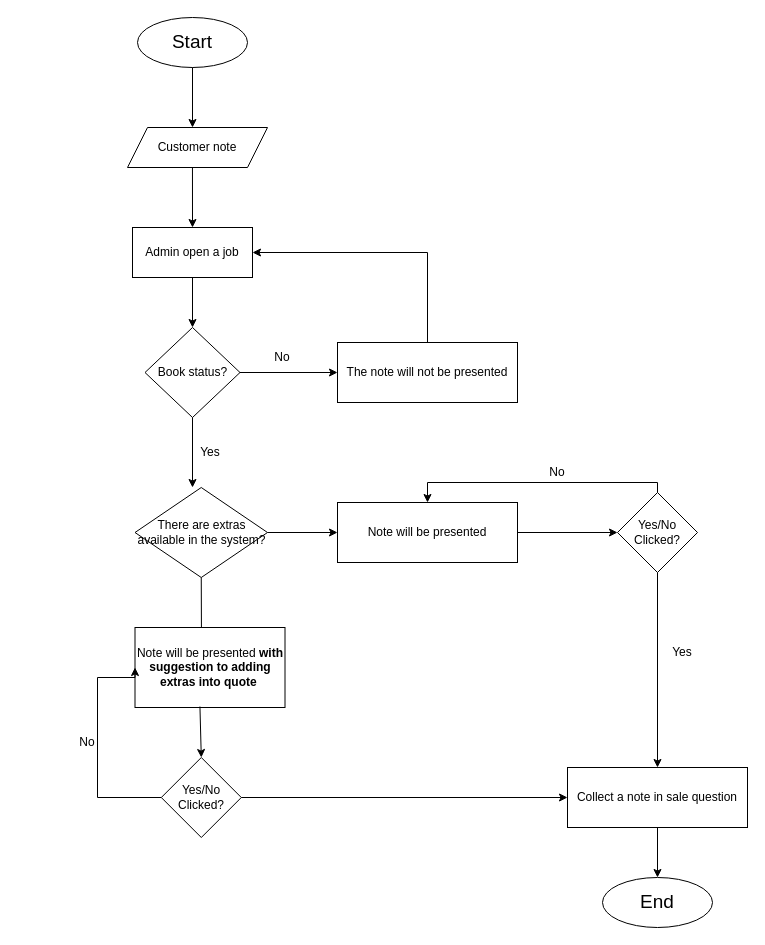
Earlier version of the draw.io diagram AI Note.drawio (60160331/Wanna_tell_). Source tidied: cells renumbered, new cells numbered last; positions are measured from the earlier drawing's top-left corner, leaving out a move shared by most shapes. Both pictures are drawn from the tidied source at 100%, with x=0, y=0 at pixel (57, 17).
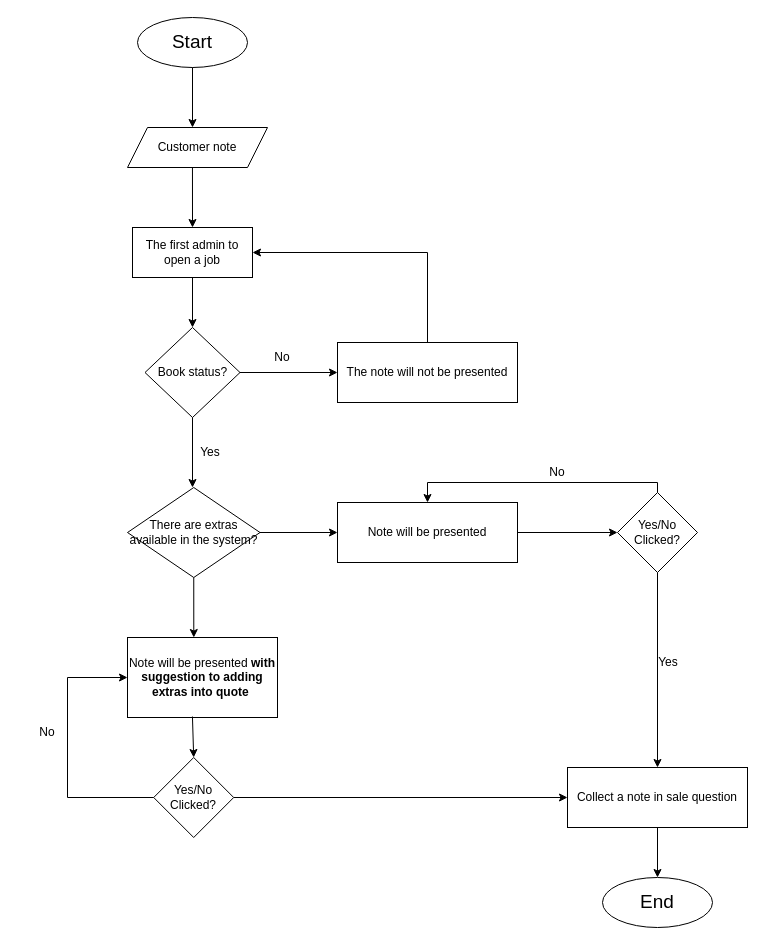
Above is the later version.

Change to the diagram source:
```diff
@@
-    <mxCell id="5" value="Admin open a job" style="rounded=0;whiteSpace=wrap;html=1;" parent="1" vertex="1">
+    <mxCell id="5" value="The first admin to open a job" style="rounded=0;whiteSpace=wrap;html=1;" parent="1" vertex="1">
       <mxGeometry x="75" y="210" width="120" height="50" as="geometry" />
     </mxCell>
@@
     <mxCell id="14" value="There are extras available in the system?" style="rhombus;whiteSpace=wrap;html=1;" parent="1" vertex="1">
-      <mxGeometry x="77.5" y="470" width="132.5" height="90" as="geometry" />
+      <mxGeometry x="70" y="470" width="132.5" height="90" as="geometry" />
     </mxCell>
@@
-    <mxCell id="18" style="endArrow=classic;html=1;rounded=0;exitX=0.5;exitY=1;exitDx=0;exitDy=0;" parent="1" edge="1" source="14">
-      <mxGeometry relative="1" as="geometry">
-        <mxPoint x="144" y="630" as="targetPoint" />
-      </mxGeometry>
+    <mxCell id="18" style="endArrow=classic;html=1;rounded=0;exitX=0.5;exitY=1;exitDx=0;exitDy=0;entryX=0.442;entryY=0;entryDx=0;entryDy=0;entryPerimeter=0;" parent="1" edge="1" source="14" target="19">
+      <mxGeometry relative="1" as="geometry" />
     </mxCell>
     <mxCell id="19" value="Note will be presented &lt;b&gt;with suggestion to adding extras into quote&amp;nbsp;&lt;/b&gt;" style="rounded=0;whiteSpace=wrap;html=1;" parent="1" vertex="1">
-      <mxGeometry x="77.5" y="610" width="150" height="80" as="geometry" />
+      <mxGeometry x="70" y="620" width="150" height="80" as="geometry" />
     </mxCell>
@@
     <mxCell id="25" value="Yes" style="text;html=1;strokeColor=none;fillColor=none;align=center;verticalAlign=middle;whiteSpace=wrap;rounded=0;" parent="1" vertex="1">
-      <mxGeometry x="595" y="620" width="60" height="30" as="geometry" />
+      <mxGeometry x="581" y="630" width="60" height="30" as="geometry" />
     </mxCell>
@@
     <mxCell id="29" value="Yes/No Clicked?" style="rhombus;whiteSpace=wrap;html=1;" parent="1" vertex="1">
-      <mxGeometry x="103.8" y="740" width="80" height="80" as="geometry" />
+      <mxGeometry x="96.2" y="740" width="80" height="80" as="geometry" />
     </mxCell>
@@
-    <mxCell id="31" style="endArrow=classic;html=1;rounded=0;exitX=0;exitY=0.5;exitDx=0;exitDy=0;entryX=0;entryY=0.5;entryDx=0;entryDy=0;edgeStyle=orthogonalEdgeStyle;" parent="1" edge="1" source="29" target="19">
-      <mxGeometry relative="1" as="geometry">
-        <Array as="points">
-          <mxPoint x="40" y="780" />
-          <mxPoint x="40" y="660" />
-        </Array>
-      </mxGeometry>
-    </mxCell>
     <mxCell id="32" value="No" style="text;html=1;strokeColor=none;fillColor=none;align=center;verticalAlign=middle;whiteSpace=wrap;rounded=0;" parent="1" vertex="1">
-      <mxGeometry y="710" width="60" height="30" as="geometry" />
+      <mxGeometry x="-40" y="700" width="60" height="30" as="geometry" />
     </mxCell>
@@
+    <mxCell id="31" style="endArrow=classic;html=1;rounded=0;exitX=0;exitY=0.5;exitDx=0;exitDy=0;entryX=0;entryY=0.5;entryDx=0;entryDy=0;edgeStyle=orthogonalEdgeStyle;" parent="1" edge="1" source="29" target="19">
+      <mxGeometry relative="1" as="geometry">
+        <Array as="points">
+          <mxPoint x="10" y="780" />
+          <mxPoint x="10" y="660" />
+        </Array>
+      </mxGeometry>
+    </mxCell>
```
